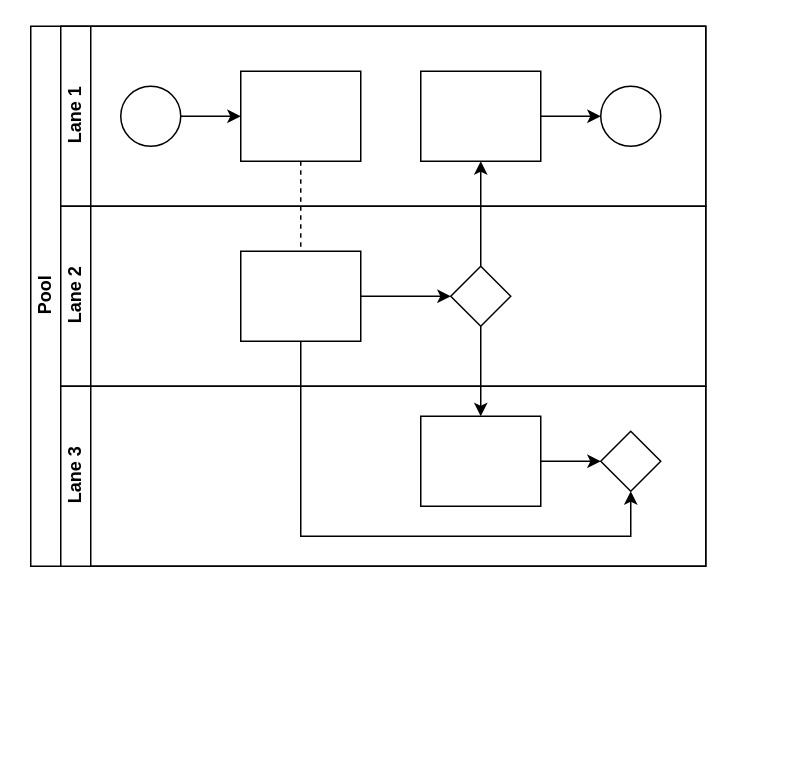
yitongwhy/mall keeps this draw.io diagram as Untitled Diagram.drawio. Above is the earlier version. Source tidied: cells renumbered, new cells numbered last; positions are measured from the earlier drawing's top-left corner, leaving out a move shared by most shapes. Both pictures are drawn from the tidied source at 150%, with x=0, y=0 at pixel (30, 26).
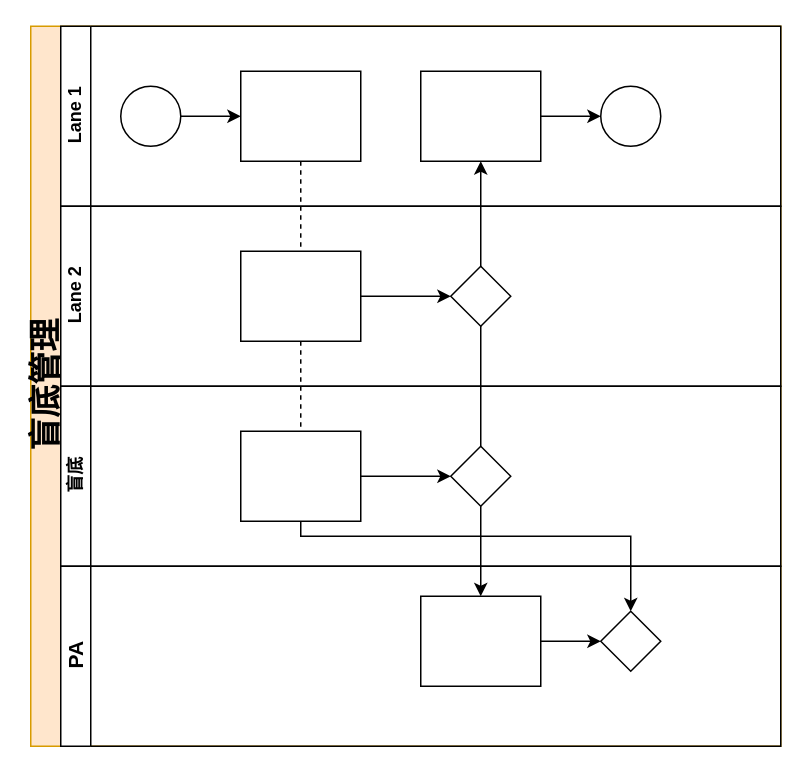
After the change.

Diff of the diagram source:
```diff
@@
-    <mxCell id="2" value="Pool" style="swimlane;html=1;horizontal=0;startSize=20;" parent="1" vertex="1">
-      <mxGeometry width="450" height="360" as="geometry" />
+    <mxCell id="2" value="盲底管理" style="swimlane;html=1;horizontal=0;startSize=20;fillColor=#ffe6cc;strokeColor=#d79b00;fontSize=22;" parent="1" vertex="1">
+      <mxGeometry width="500" height="480" as="geometry" />
     </mxCell>
@@
     <mxCell id="7" value="Lane 1" style="swimlane;html=1;startSize=20;horizontal=0;" parent="2" vertex="1">
-      <mxGeometry x="20" width="430" height="120" as="geometry" />
+      <mxGeometry x="20" width="480" height="120" as="geometry" />
     </mxCell>
@@
+    <mxCell id="22" value="Lane 2" style="swimlane;html=1;startSize=20;horizontal=0;" parent="2" vertex="1">
+      <mxGeometry x="20" y="120" width="480" height="120" as="geometry" />
+    </mxCell>
+    <mxCell id="23" style="edgeStyle=orthogonalEdgeStyle;rounded=0;jettySize=auto;html=1;endArrow=classic;endFill=1;" parent="22" edge="1" source="24" target="25">
+      <mxGeometry relative="1" as="geometry" />
+    </mxCell>
+    <mxCell id="24" style="rounded=0;whiteSpace=wrap;html=1;fontFamily=Helvetica;fontSize=12;fontColor=#000000;align=center;" parent="22" vertex="1">
+      <mxGeometry x="120" y="30" width="80" height="60" as="geometry" />
+    </mxCell>
+    <mxCell id="25" style="rhombus;whiteSpace=wrap;html=1;fontFamily=Helvetica;fontSize=12;fontColor=#000000;align=center;" parent="22" vertex="1">
+      <mxGeometry x="260" y="40" width="40" height="40" as="geometry" />
+    </mxCell>
-    <mxCell id="14" value="Lane 2" style="swimlane;html=1;startSize=20;horizontal=0;" parent="2" vertex="1">
-      <mxGeometry x="20" y="120" width="430" height="120" as="geometry" />
+    <mxCell id="14" value="盲底" style="swimlane;html=1;startSize=20;horizontal=0;" parent="2" vertex="1">
+      <mxGeometry x="20" y="240" width="480" height="120" as="geometry" />
     </mxCell>
@@
-    <mxCell id="18" value="Lane 3" style="swimlane;html=1;startSize=20;horizontal=0;" parent="2" vertex="1">
-      <mxGeometry x="20" y="240" width="430" height="120" as="geometry" />
+    <mxCell id="18" value="PA" style="swimlane;html=1;startSize=20;horizontal=0;fontSize=14;" parent="2" vertex="1">
+      <mxGeometry x="20" y="360" width="480" height="120" as="geometry" />
     </mxCell>
```
